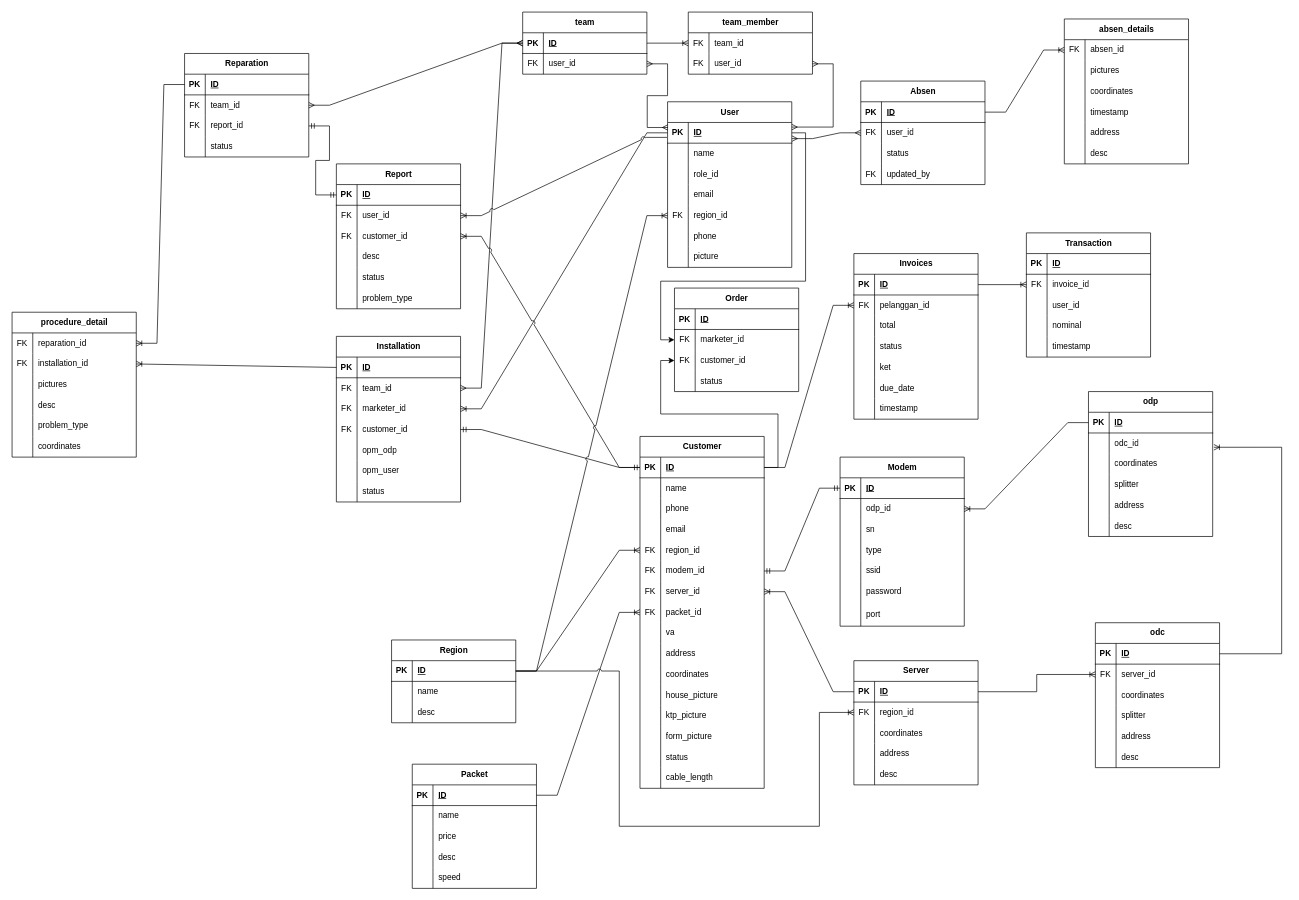
The draw.io diagram Untitled Diagram.drawio in muhamadArdalepa/big-diagrams, before the edit. Source tidied: cells renumbered, new cells numbered last; positions are measured from the earlier drawing's top-left corner, leaving out a move shared by most shapes. Both pictures are drawn from the tidied source at 69%, with x=0, y=0 at pixel (12, 12).
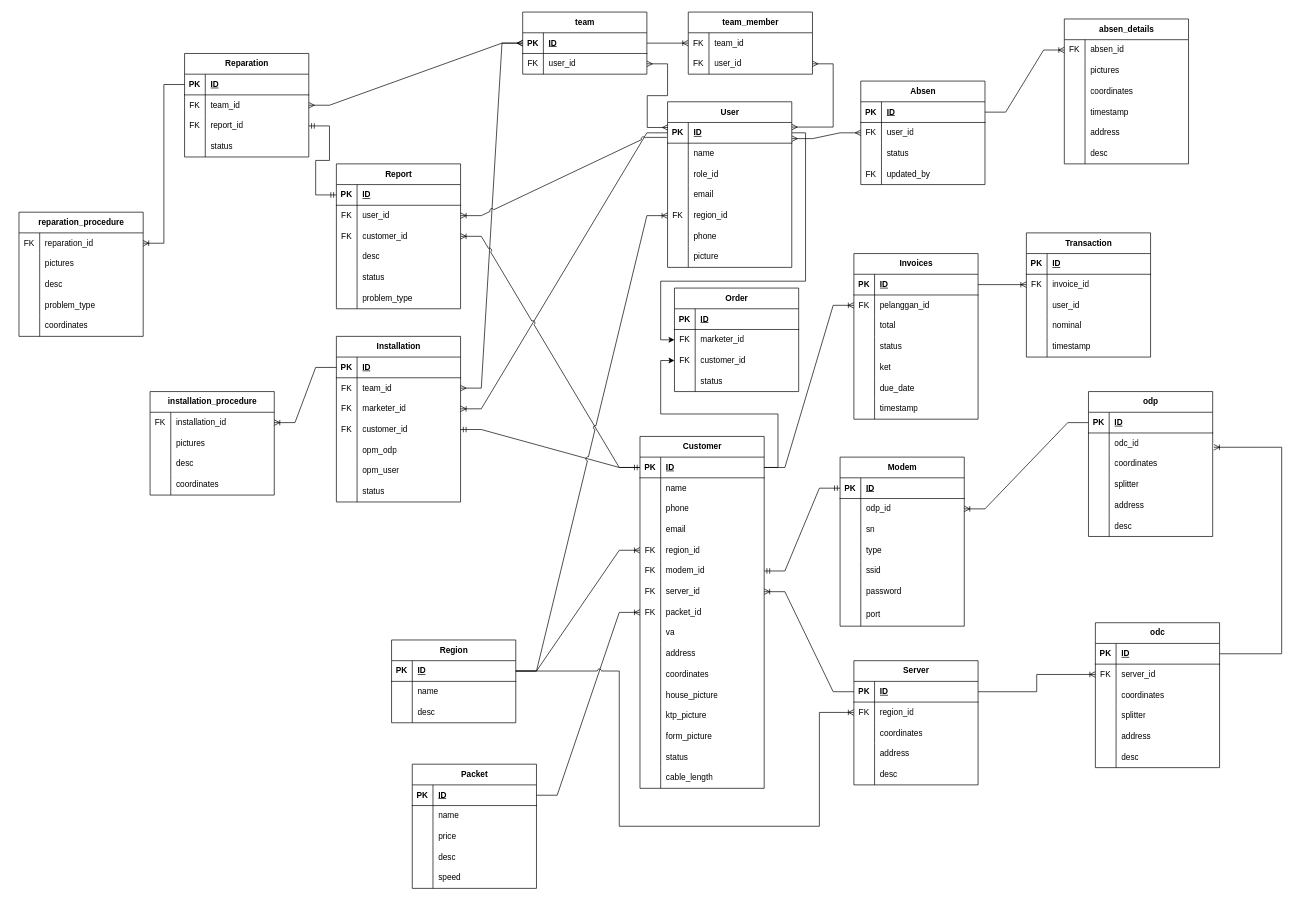
After the change.

Unchanged cells that the change refers to:
```xml
<mxCell id="192" style="shape=tableRow;horizontal=0;startSize=0;swimlaneHead=0;swimlaneBody=0;fillColor=none;points=[[0,0.5],[1,0.5]];portConstraint=eastwest;top=0;left=0;right=0;bottom=1;" parent="191" vertex="1">
  <mxGeometry y="30" width="180" height="30" as="geometry" />
</mxCell>
```

The edit, as a diff of the source:
```diff
@@
-    <mxCell id="229" value="procedure_detail" style="shape=table;startSize=30;childLayout=tableLayout;rowLines=0;fontStyle=1;align=center;html=1;" parent="1" vertex="1">
-      <mxGeometry y="435" width="180" height="210" as="geometry" />
+    <mxCell id="229" value="reparation_procedure" style="shape=table;startSize=30;childLayout=tableLayout;rowLines=0;fontStyle=1;align=center;html=1;" parent="1" vertex="1">
+      <mxGeometry x="10" y="290" width="180" height="180" as="geometry" />
     </mxCell>
@@
-    <mxCell id="233" style="shape=tableRow;horizontal=0;startSize=0;swimlaneHead=0;swimlaneBody=0;fillColor=none;points=[[0,0.5],[1,0.5]];portConstraint=eastwest;top=0;left=0;right=0;bottom=0;" parent="229" vertex="1">
-      <mxGeometry y="60" width="180" height="30" as="geometry" />
-    </mxCell>
-    <mxCell id="234" value="FK" style="shape=partialRectangle;fillColor=none;top=0;left=0;bottom=0;right=0;overflow=hidden;whiteSpace=wrap;html=1;" parent="233" vertex="1">
-      <mxGeometry width="30" height="30" as="geometry" />
-    </mxCell>
-    <mxCell id="235" value="installation_id" style="shape=partialRectangle;fillColor=none;top=0;left=0;bottom=0;right=0;align=left;spacingLeft=6;overflow=hidden;whiteSpace=wrap;html=1;" parent="233" vertex="1">
-      <mxGeometry x="30" width="150" height="30" as="geometry" />
-    </mxCell>
     <mxCell id="236" style="shape=tableRow;horizontal=0;startSize=0;swimlaneHead=0;swimlaneBody=0;fillColor=none;top=0;left=0;right=0;bottom=0;" parent="229" vertex="1">
-      <mxGeometry y="90" width="180" height="30" as="geometry" />
+      <mxGeometry y="60" width="180" height="30" as="geometry" />
     </mxCell>
@@
     <mxCell id="239" style="shape=tableRow;horizontal=0;startSize=0;swimlaneHead=0;swimlaneBody=0;fillColor=none;top=0;left=0;right=0;bottom=0;" parent="229" vertex="1">
-      <mxGeometry y="120" width="180" height="30" as="geometry" />
+      <mxGeometry y="90" width="180" height="30" as="geometry" />
     </mxCell>
@@
     <mxCell id="242" style="shape=tableRow;horizontal=0;startSize=0;swimlaneHead=0;swimlaneBody=0;fillColor=none;top=0;left=0;right=0;bottom=0;" parent="229" vertex="1">
-      <mxGeometry y="150" width="180" height="30" as="geometry" />
+      <mxGeometry y="120" width="180" height="30" as="geometry" />
     </mxCell>
@@
     <mxCell id="245" style="shape=tableRow;horizontal=0;startSize=0;swimlaneHead=0;swimlaneBody=0;fillColor=none;top=0;left=0;right=0;bottom=0;" parent="229" vertex="1">
-      <mxGeometry y="180" width="180" height="30" as="geometry" />
+      <mxGeometry y="150" width="180" height="30" as="geometry" />
     </mxCell>
@@
-    <mxCell id="310" style="edgeStyle=entityRelationEdgeStyle;fontSize=12;html=1;endArrow=ERoneToMany;rounded=0;labelBackgroundColor=default;strokeColor=default;align=center;verticalAlign=middle;fontFamily=Helvetica;fontColor=default;shape=connector;jumpStyle=arc;exitX=0;exitY=0.5;exitDx=0;exitDy=0;entryX=1;entryY=0.5;entryDx=0;entryDy=0;" parent="1" edge="1" source="192" target="233">
+    <mxCell id="310" style="edgeStyle=entityRelationEdgeStyle;fontSize=12;html=1;endArrow=ERoneToMany;rounded=0;labelBackgroundColor=default;strokeColor=default;align=center;verticalAlign=middle;fontFamily=Helvetica;fontColor=default;shape=connector;jumpStyle=arc;exitX=0;exitY=0.5;exitDx=0;exitDy=0;entryX=1;entryY=0.5;entryDx=0;entryDy=0;" parent="1" edge="1" source="192" target="374">
       <mxGeometry relative="1" as="geometry" />
     </mxCell>
@@
+    <mxCell id="373" value="installation_procedure" style="shape=table;startSize=30;childLayout=tableLayout;rowLines=0;fontStyle=1;align=center;html=1;" parent="1" vertex="1">
+      <mxGeometry x="200" y="550" width="180" height="150" as="geometry" />
+    </mxCell>
+    <mxCell id="374" style="shape=tableRow;horizontal=0;startSize=0;swimlaneHead=0;swimlaneBody=0;fillColor=none;points=[[0,0.5],[1,0.5]];portConstraint=eastwest;top=0;left=0;right=0;bottom=0;" parent="373" vertex="1">
+      <mxGeometry y="30" width="180" height="30" as="geometry" />
+    </mxCell>
+    <mxCell id="234" value="FK" style="shape=partialRectangle;fillColor=none;top=0;left=0;bottom=0;right=0;overflow=hidden;whiteSpace=wrap;html=1;" parent="374" vertex="1">
+      <mxGeometry width="30" height="30" as="geometry" />
+    </mxCell>
+    <mxCell id="235" value="installation_id" style="shape=partialRectangle;fillColor=none;top=0;left=0;bottom=0;right=0;align=left;spacingLeft=6;overflow=hidden;whiteSpace=wrap;html=1;" parent="374" vertex="1">
+      <mxGeometry x="30" width="150" height="30" as="geometry" />
+    </mxCell>
+    <mxCell id="233" style="shape=tableRow;horizontal=0;startSize=0;swimlaneHead=0;swimlaneBody=0;fillColor=none;points=[[0,0.5],[1,0.5]];portConstraint=eastwest;top=0;left=0;right=0;bottom=0;" parent="373" vertex="1">
+      <mxGeometry y="60" width="180" height="30" as="geometry" />
+    </mxCell>
+    <mxCell id="375" style="shape=partialRectangle;fillColor=none;top=0;left=0;bottom=0;right=0;overflow=hidden;whiteSpace=wrap;html=1;" parent="233" vertex="1">
+      <mxGeometry width="30" height="30" as="geometry" />
+    </mxCell>
+    <mxCell id="376" value="pictures" style="shape=partialRectangle;fillColor=none;top=0;left=0;bottom=0;right=0;align=left;spacingLeft=6;overflow=hidden;whiteSpace=wrap;html=1;" parent="233" vertex="1">
+      <mxGeometry x="30" width="150" height="30" as="geometry" />
+    </mxCell>
+    <mxCell id="377" style="shape=tableRow;horizontal=0;startSize=0;swimlaneHead=0;swimlaneBody=0;fillColor=none;top=0;left=0;right=0;bottom=0;" parent="373" vertex="1">
+      <mxGeometry y="90" width="180" height="30" as="geometry" />
+    </mxCell>
+    <mxCell id="378" style="shape=partialRectangle;fillColor=none;top=0;left=0;bottom=0;right=0;overflow=hidden;whiteSpace=wrap;html=1;" parent="377" vertex="1">
+      <mxGeometry width="30" height="30" as="geometry" />
+    </mxCell>
+    <mxCell id="379" value="desc" style="shape=partialRectangle;fillColor=none;top=0;left=0;bottom=0;right=0;align=left;spacingLeft=6;overflow=hidden;whiteSpace=wrap;html=1;" parent="377" vertex="1">
+      <mxGeometry x="30" width="150" height="30" as="geometry" />
+    </mxCell>
+    <mxCell id="380" style="shape=tableRow;horizontal=0;startSize=0;swimlaneHead=0;swimlaneBody=0;fillColor=none;top=0;left=0;right=0;bottom=0;" parent="373" vertex="1">
+      <mxGeometry y="120" width="180" height="30" as="geometry" />
+    </mxCell>
+    <mxCell id="381" style="shape=partialRectangle;fillColor=none;top=0;left=0;bottom=0;right=0;overflow=hidden;whiteSpace=wrap;html=1;" parent="380" vertex="1">
+      <mxGeometry width="30" height="30" as="geometry" />
+    </mxCell>
+    <mxCell id="382" value="coordinates" style="shape=partialRectangle;fillColor=none;top=0;left=0;bottom=0;right=0;align=left;spacingLeft=6;overflow=hidden;whiteSpace=wrap;html=1;" parent="380" vertex="1">
+      <mxGeometry x="30" width="150" height="30" as="geometry" />
+    </mxCell>
```
